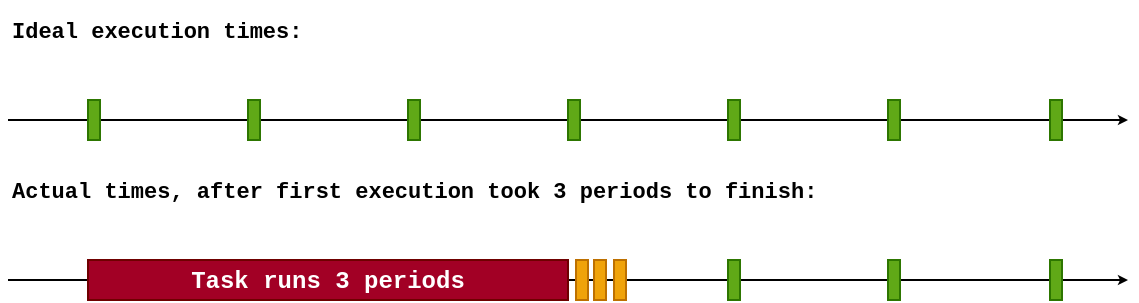
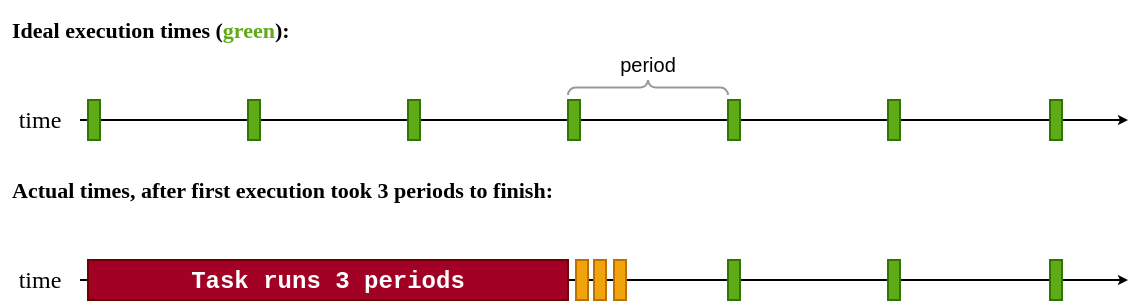
<mxfile host="Electron" agent="Mozilla/5.0 (Macintosh; Intel Mac OS X 10_15_7) AppleWebKit/537.36 (KHTML, like Gecko) draw.io/29.0.3 Chrome/140.0.7339.249 Electron/38.7.0 Safari/537.36" version="29.0.3">
  <diagram name="Page-1" id="5nJHkIAeIIt3vIOJ5f4q">
    <mxGraphModel dx="2008" dy="697" grid="1" gridSize="10" guides="1" tooltips="1" connect="1" arrows="1" fold="1" page="1" pageScale="1" pageWidth="827" pageHeight="1169" math="0" shadow="0">
      <root>
        <mxCell id="0" />
        <mxCell id="1" parent="0" />
-         <mxCell id="reIAkX-o64r625ZqEnyy-7" value="" style="endArrow=classic;html=1;rounded=0;fillColor=#f5f5f5;strokeColor=#000000;strokeWidth=1;curved=0;startArrow=none;startFill=0;endFill=1;endSize=2;" parent="1" edge="1">
+         <mxCell id="reIAkX-o64r625ZqEnyy-7" value="" style="endArrow=classic;html=1;rounded=0;fillColor=#f5f5f5;strokeColor=#000000;strokeWidth=1;curved=0;startArrow=none;startFill=0;endFill=1;endSize=2;" parent="1" edge="1" source="-B6i6Y5QRzGt6cvxDbgv-1">
          <mxGeometry width="50" height="50" relative="1" as="geometry">
-             <mxPoint y="120" as="sourcePoint" />
+             <mxPoint x="30" y="120" as="sourcePoint" />
            <mxPoint x="560" y="120" as="targetPoint" />
          </mxGeometry>
        </mxCell>
-         <mxCell id="reIAkX-o64r625ZqEnyy-15" value="" style="endArrow=classic;html=1;rounded=0;fillColor=#f5f5f5;strokeColor=#000000;strokeWidth=1;curved=0;startArrow=none;startFill=0;endFill=1;endSize=2;" parent="1" edge="1">
+         <mxCell id="reIAkX-o64r625ZqEnyy-15" value="" style="endArrow=classic;html=1;rounded=0;fillColor=#f5f5f5;strokeColor=#000000;strokeWidth=1;curved=0;startArrow=none;startFill=0;endFill=1;endSize=2;" parent="1" edge="1" source="-B6i6Y5QRzGt6cvxDbgv-3">
          <mxGeometry width="50" height="50" relative="1" as="geometry">
            <mxPoint y="200" as="sourcePoint" />
            <mxPoint x="560" y="200" as="targetPoint" />
          </mxGeometry>
        </mxCell>
        <mxCell id="reIAkX-o64r625ZqEnyy-19" value="&lt;font face=&quot;Courier New&quot;&gt;&lt;b&gt;Task runs 3 periods&lt;/b&gt;&lt;/font&gt;" style="rounded=0;whiteSpace=wrap;html=1;fillColor=#a20025;strokeColor=#6F0000;fontColor=#ffffff;" parent="1" vertex="1">
          <mxGeometry x="40" y="190" width="240" height="20" as="geometry" />
        </mxCell>
        <mxCell id="reIAkX-o64r625ZqEnyy-23" value="" style="rounded=0;whiteSpace=wrap;html=1;fillColor=#f0a30a;fontColor=#000000;strokeColor=#BD7000;" parent="1" vertex="1">
          <mxGeometry x="284" y="190" width="6" height="20" as="geometry" />
        </mxCell>
        <mxCell id="reIAkX-o64r625ZqEnyy-27" value="" style="rounded=0;whiteSpace=wrap;html=1;fillColor=#f0a30a;fontColor=#000000;strokeColor=#BD7000;" parent="1" vertex="1">
          <mxGeometry x="303" y="190" width="6" height="20" as="geometry" />
        </mxCell>
        <mxCell id="reIAkX-o64r625ZqEnyy-28" value="" style="rounded=0;whiteSpace=wrap;html=1;fillColor=#f0a30a;fontColor=#000000;strokeColor=#BD7000;" parent="1" vertex="1">
          <mxGeometry x="293" y="190" width="6" height="20" as="geometry" />
        </mxCell>
        <mxCell id="reIAkX-o64r625ZqEnyy-29" value="" style="rounded=0;whiteSpace=wrap;html=1;fillColor=#60a917;fontColor=#ffffff;strokeColor=#2D7600;" parent="1" vertex="1">
          <mxGeometry x="440" y="190" width="6" height="20" as="geometry" />
        </mxCell>
        <mxCell id="reIAkX-o64r625ZqEnyy-30" value="" style="rounded=0;whiteSpace=wrap;html=1;fillColor=#60a917;fontColor=#ffffff;strokeColor=#2D7600;" parent="1" vertex="1">
          <mxGeometry x="360" y="190" width="6" height="20" as="geometry" />
        </mxCell>
        <mxCell id="reIAkX-o64r625ZqEnyy-31" value="" style="rounded=0;whiteSpace=wrap;html=1;fillColor=#60a917;fontColor=#ffffff;strokeColor=#2D7600;" parent="1" vertex="1">
          <mxGeometry x="521" y="190" width="6" height="20" as="geometry" />
        </mxCell>
-         <mxCell id="reIAkX-o64r625ZqEnyy-39" value="&lt;font face=&quot;Courier New&quot; style=&quot;font-size: 11px;&quot;&gt;&lt;b style=&quot;&quot;&gt;Ideal execution times:&lt;/b&gt;&lt;/font&gt;" style="text;html=1;whiteSpace=wrap;strokeColor=none;fillColor=none;align=left;verticalAlign=middle;rounded=0;" parent="1" vertex="1">
-           <mxGeometry y="60" width="172" height="30" as="geometry" />
+         <mxCell id="reIAkX-o64r625ZqEnyy-39" value="&lt;font style=&quot;font-size: 11px;&quot; face=&quot;Verdana&quot;&gt;&lt;b style=&quot;&quot;&gt;Ideal execution times (&lt;font style=&quot;color: rgb(96, 169, 23);&quot;&gt;green&lt;/font&gt;):&lt;/b&gt;&lt;/font&gt;" style="text;html=1;whiteSpace=wrap;strokeColor=none;fillColor=none;align=left;verticalAlign=middle;rounded=0;" parent="1" vertex="1">
+           <mxGeometry y="60" width="200" height="30" as="geometry" />
        </mxCell>
-         <mxCell id="reIAkX-o64r625ZqEnyy-40" value="&lt;font face=&quot;Courier New&quot; style=&quot;font-size: 11px;&quot;&gt;&lt;b style=&quot;&quot;&gt;Actual times, after first execution took 3 periods to finish:&lt;/b&gt;&lt;/font&gt;" style="text;html=1;whiteSpace=wrap;strokeColor=none;fillColor=none;align=left;verticalAlign=middle;rounded=0;" parent="1" vertex="1">
+         <mxCell id="reIAkX-o64r625ZqEnyy-40" value="&lt;font style=&quot;font-size: 11px;&quot; face=&quot;Verdana&quot;&gt;&lt;b style=&quot;&quot;&gt;Actual times, after first execution took 3 periods to finish:&lt;/b&gt;&lt;/font&gt;" style="text;html=1;whiteSpace=wrap;strokeColor=none;fillColor=none;align=left;verticalAlign=middle;rounded=0;" parent="1" vertex="1">
          <mxGeometry y="140" width="540" height="30" as="geometry" />
        </mxCell>
        <mxCell id="reIAkX-o64r625ZqEnyy-41" value="" style="rounded=0;whiteSpace=wrap;html=1;fillColor=#60a917;fontColor=#ffffff;strokeColor=#2D7600;" parent="1" vertex="1">
          <mxGeometry x="40" y="110" width="6" height="20" as="geometry" />
        </mxCell>
        <mxCell id="reIAkX-o64r625ZqEnyy-45" value="" style="rounded=0;whiteSpace=wrap;html=1;fillColor=#60a917;fontColor=#ffffff;strokeColor=#2D7600;" parent="1" vertex="1">
          <mxGeometry x="120" y="110" width="6" height="20" as="geometry" />
        </mxCell>
        <mxCell id="reIAkX-o64r625ZqEnyy-46" value="" style="rounded=0;whiteSpace=wrap;html=1;fillColor=#60a917;fontColor=#ffffff;strokeColor=#2D7600;" parent="1" vertex="1">
          <mxGeometry x="200" y="110" width="6" height="20" as="geometry" />
        </mxCell>
        <mxCell id="reIAkX-o64r625ZqEnyy-47" value="" style="rounded=0;whiteSpace=wrap;html=1;fillColor=#60a917;fontColor=#ffffff;strokeColor=#2D7600;" parent="1" vertex="1">
          <mxGeometry x="280" y="110" width="6" height="20" as="geometry" />
        </mxCell>
        <mxCell id="reIAkX-o64r625ZqEnyy-48" value="" style="rounded=0;whiteSpace=wrap;html=1;fillColor=#60a917;fontColor=#ffffff;strokeColor=#2D7600;" parent="1" vertex="1">
          <mxGeometry x="360" y="110" width="6" height="20" as="geometry" />
        </mxCell>
        <mxCell id="reIAkX-o64r625ZqEnyy-49" value="" style="rounded=0;whiteSpace=wrap;html=1;fillColor=#60a917;fontColor=#ffffff;strokeColor=#2D7600;" parent="1" vertex="1">
          <mxGeometry x="440" y="110" width="6" height="20" as="geometry" />
        </mxCell>
        <mxCell id="reIAkX-o64r625ZqEnyy-50" value="" style="rounded=0;whiteSpace=wrap;html=1;fillColor=#60a917;fontColor=#ffffff;strokeColor=#2D7600;" parent="1" vertex="1">
          <mxGeometry x="521" y="110" width="6" height="20" as="geometry" />
        </mxCell>
+         <mxCell id="-B6i6Y5QRzGt6cvxDbgv-1" value="&lt;font face=&quot;Verdana&quot;&gt;time&lt;/font&gt;" style="text;html=1;whiteSpace=wrap;strokeColor=none;fillColor=none;align=center;verticalAlign=middle;rounded=0;" vertex="1" parent="1">
+           <mxGeometry x="-4" y="107.5" width="40" height="25" as="geometry" />
+         </mxCell>
+         <mxCell id="-B6i6Y5QRzGt6cvxDbgv-3" value="&lt;font face=&quot;Verdana&quot;&gt;time&lt;/font&gt;" style="text;html=1;whiteSpace=wrap;strokeColor=none;fillColor=none;align=center;verticalAlign=middle;rounded=0;" vertex="1" parent="1">
+           <mxGeometry x="-4" y="187.5" width="40" height="25" as="geometry" />
+         </mxCell>
+         <mxCell id="-B6i6Y5QRzGt6cvxDbgv-6" value="" style="verticalLabelPosition=bottom;shadow=0;dashed=0;align=center;html=1;verticalAlign=top;strokeWidth=1;shape=mxgraph.mockup.markup.curlyBrace;whiteSpace=wrap;strokeColor=#999999;" vertex="1" parent="1">
+           <mxGeometry x="280" y="100" width="80" height="7.5" as="geometry" />
+         </mxCell>
+         <mxCell id="-B6i6Y5QRzGt6cvxDbgv-7" value="&lt;font style=&quot;font-size: 10px;&quot;&gt;period&lt;/font&gt;" style="text;html=1;whiteSpace=wrap;strokeColor=none;fillColor=none;align=center;verticalAlign=middle;rounded=0;" vertex="1" parent="1">
+           <mxGeometry x="290" y="83.5" width="60" height="16.5" as="geometry" />
+         </mxCell>
      </root>
    </mxGraphModel>
  </diagram>
</mxfile>
